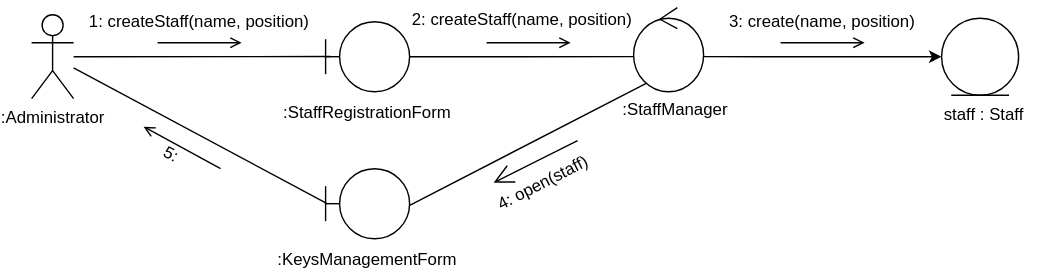
This is lab1/skud-analysis-model.drawio.svg from akshin-kuvshin/ooad, a draw.io export, as it was before one commit. Source tidied: cells renumbered, new cells last; positions are measured from the earlier drawing's top-left corner, leaving out a move shared by most shapes. Its diagram source:
```xml
<mxGraphModel>
  <root>
    <mxCell id="0" />
    <mxCell id="1" parent="0" />
    <mxCell id="2" value=":Administrator" style="shape=umlActor;verticalLabelPosition=bottom;verticalAlign=top;html=1;outlineConnect=0;" parent="1" vertex="1">
      <mxGeometry y="10" width="30" height="60" as="geometry" />
    </mxCell>
    <mxCell id="3" style="shape=umlBoundary;whiteSpace=wrap;html=1;" parent="1" vertex="1">
      <mxGeometry x="210" y="15" width="60" height="50" as="geometry" />
    </mxCell>
    <mxCell id="4" style="edgeStyle=none;jettySize=auto;html=1;rounded=0;entryX=0.056;entryY=0.498;entryDx=0;entryDy=0;entryPerimeter=0;endArrow=none;endFill=0;" parent="1" edge="1" source="2" target="3">
      <mxGeometry relative="1" as="geometry" />
    </mxCell>
    <mxCell id="5" value=":StaffRegistrationForm" style="text;html=1;whiteSpace=wrap;strokeColor=none;fillColor=none;align=center;verticalAlign=middle;rounded=0;" parent="1" vertex="1">
      <mxGeometry x="175" y="65" width="130" height="30" as="geometry" />
    </mxCell>
    <mxCell id="6" value="1: createStaff(name, position)" style="text;html=1;whiteSpace=wrap;strokeColor=none;fillColor=none;align=center;verticalAlign=middle;rounded=0;" parent="1" vertex="1">
      <mxGeometry x="30" width="180" height="30" as="geometry" />
    </mxCell>
    <mxCell id="7" style="edgeStyle=none;orthogonalLoop=1;jettySize=auto;html=1;rounded=0;endArrow=open;endFill=0;" parent="1" edge="1">
      <mxGeometry relative="1" as="geometry">
        <mxPoint x="90" y="30" as="sourcePoint" />
        <mxPoint x="150" y="30" as="targetPoint" />
      </mxGeometry>
    </mxCell>
    <mxCell id="8" style="edgeStyle=orthogonalEdgeStyle;rounded=0;jettySize=auto;html=1;entryX=0;entryY=0.5;entryDx=0;entryDy=0;exitX=1;exitY=0.583;exitDx=0;exitDy=0;exitPerimeter=0;" parent="1" edge="1" source="9" target="14">
      <mxGeometry x="0.03" relative="1" as="geometry" />
    </mxCell>
    <mxCell id="9" style="ellipse;shape=umlControl;whiteSpace=wrap;html=1;" parent="1" vertex="1">
      <mxGeometry x="430" y="5" width="50" height="60" as="geometry" />
    </mxCell>
    <mxCell id="10" style="edgeStyle=orthogonalEdgeStyle;rounded=0;jettySize=auto;html=1;endArrow=none;endFill=0;entryX=0.001;entryY=0.582;entryDx=0;entryDy=0;entryPerimeter=0;" parent="1" edge="1" source="3" target="9">
      <mxGeometry relative="1" as="geometry" />
    </mxCell>
    <mxCell id="11" value=":StaffManager" style="text;html=1;whiteSpace=wrap;strokeColor=none;fillColor=none;align=center;verticalAlign=middle;rounded=0;" parent="1" vertex="1">
      <mxGeometry x="410" y="62.5" width="100" height="30" as="geometry" />
    </mxCell>
    <mxCell id="12" value="2: createStaff(name, position)" style="text;whiteSpace=wrap;" parent="1" vertex="1">
      <mxGeometry x="270" width="190" height="30" as="geometry" />
    </mxCell>
    <mxCell id="13" style="edgeStyle=none;orthogonalLoop=1;jettySize=auto;html=1;rounded=0;endArrow=open;endFill=0;" parent="1" edge="1">
      <mxGeometry relative="1" as="geometry">
        <mxPoint x="325" y="30" as="sourcePoint" />
        <mxPoint x="385" y="30" as="targetPoint" />
      </mxGeometry>
    </mxCell>
    <mxCell id="14" style="ellipse;shape=umlEntity;whiteSpace=wrap;html=1;" parent="1" vertex="1">
      <mxGeometry x="650" y="12.5" width="55" height="55" as="geometry" />
    </mxCell>
    <mxCell id="15" value="3: create(name, position)" style="text;html=1;whiteSpace=wrap;strokeColor=none;fillColor=none;align=center;verticalAlign=middle;rounded=0;" parent="1" vertex="1">
      <mxGeometry x="495" width="140" height="30" as="geometry" />
    </mxCell>
    <mxCell id="16" style="edgeStyle=none;orthogonalLoop=1;jettySize=auto;html=1;rounded=0;endArrow=open;endFill=0;" parent="1" edge="1">
      <mxGeometry relative="1" as="geometry">
        <mxPoint x="535" y="30" as="sourcePoint" />
        <mxPoint x="595" y="30" as="targetPoint" />
      </mxGeometry>
    </mxCell>
    <mxCell id="17" value="staff : Staff" style="text;whiteSpace=wrap;" parent="1" vertex="1">
      <mxGeometry x="650" y="67.5" width="75" height="20" as="geometry" />
    </mxCell>
    <mxCell id="18" style="shape=umlBoundary;whiteSpace=wrap;html=1;" parent="1" vertex="1">
      <mxGeometry x="210" y="120" width="60" height="50" as="geometry" />
    </mxCell>
    <mxCell id="19" style="endArrow=none;endFill=0;endSize=12;html=1;rounded=0;entryX=0.18;entryY=0.9;entryDx=0;entryDy=0;entryPerimeter=0;exitX=1.001;exitY=0.524;exitDx=0;exitDy=0;exitPerimeter=0;" parent="1" edge="1" source="18" target="9">
      <mxGeometry relative="1" as="geometry" />
    </mxCell>
    <mxCell id="20" value=":KeysManagementForm" style="text;html=1;whiteSpace=wrap;strokeColor=none;fillColor=none;align=center;verticalAlign=middle;rounded=0;rotation=0;" parent="1" vertex="1">
      <mxGeometry x="210" y="170" width="60" height="30" as="geometry" />
    </mxCell>
    <mxCell id="21" value="4: open(staff)" style="text;whiteSpace=wrap;rotation=333;" parent="1" vertex="1">
      <mxGeometry x="330" y="110" width="100" height="40" as="geometry" />
    </mxCell>
    <mxCell id="22" style="endArrow=none;endFill=0;endSize=12;html=1;rounded=0;exitX=0.013;exitY=0.496;exitDx=0;exitDy=0;exitPerimeter=0;" parent="1" edge="1" source="18" target="2">
      <mxGeometry relative="1" as="geometry" />
    </mxCell>
    <mxCell id="23" style="edgeStyle=none;orthogonalLoop=1;jettySize=auto;html=1;rounded=0;endArrow=open;endFill=0;" parent="1" edge="1">
      <mxGeometry relative="1" as="geometry">
        <mxPoint x="135" y="120" as="sourcePoint" />
        <mxPoint x="80" y="90" as="targetPoint" />
      </mxGeometry>
    </mxCell>
    <mxCell id="24" value="5:" style="text;html=1;whiteSpace=wrap;strokeColor=none;fillColor=none;align=center;verticalAlign=middle;rounded=0;rotation=29;" parent="1" vertex="1">
      <mxGeometry x="90" y="100" width="20" height="20" as="geometry" />
    </mxCell>
    <mxCell id="25" style="endArrow=open;endFill=1;endSize=12;html=1;rounded=0;" parent="1" edge="1">
      <mxGeometry relative="1" as="geometry">
        <mxPoint x="390" y="100" as="sourcePoint" />
        <mxPoint x="330" y="130" as="targetPoint" />
      </mxGeometry>
    </mxCell>
  </root>
</mxGraphModel>
```
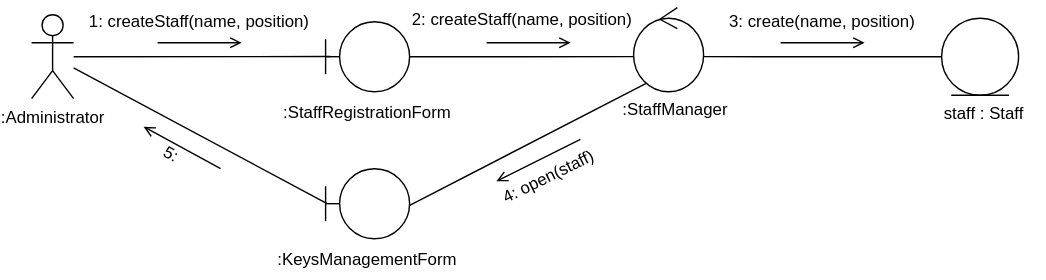
After the change.

Commit message:
lab1/analysis_diagram & lab1/report fix

Change to the diagram source:
```diff
@@ -23,7 +23,7 @@
         <mxPoint x="150" y="30" as="targetPoint" />
       </mxGeometry>
     </mxCell>
-    <mxCell id="8" style="edgeStyle=orthogonalEdgeStyle;rounded=0;jettySize=auto;html=1;entryX=0;entryY=0.5;entryDx=0;entryDy=0;exitX=1;exitY=0.583;exitDx=0;exitDy=0;exitPerimeter=0;" parent="1" edge="1" source="9" target="14">
+    <mxCell id="8" style="edgeStyle=orthogonalEdgeStyle;rounded=0;jettySize=auto;html=1;entryX=0;entryY=0.5;entryDx=0;entryDy=0;exitX=1;exitY=0.583;exitDx=0;exitDy=0;exitPerimeter=0;endArrow=none;endFill=0;" parent="1" edge="1" source="9" target="14">
       <mxGeometry x="0.03" relative="1" as="geometry" />
     </mxCell>
     <mxCell id="9" style="ellipse;shape=umlControl;whiteSpace=wrap;html=1;" parent="1" vertex="1">
@@ -68,9 +68,6 @@
     <mxCell id="20" value=":KeysManagementForm" style="text;html=1;whiteSpace=wrap;strokeColor=none;fillColor=none;align=center;verticalAlign=middle;rounded=0;rotation=0;" parent="1" vertex="1">
       <mxGeometry x="210" y="170" width="60" height="30" as="geometry" />
     </mxCell>
-    <mxCell id="21" value="4: open(staff)" style="text;whiteSpace=wrap;rotation=333;" parent="1" vertex="1">
-      <mxGeometry x="330" y="110" width="100" height="40" as="geometry" />
-    </mxCell>
     <mxCell id="22" style="endArrow=none;endFill=0;endSize=12;html=1;rounded=0;exitX=0.013;exitY=0.496;exitDx=0;exitDy=0;exitPerimeter=0;" parent="1" edge="1" source="18" target="2">
       <mxGeometry relative="1" as="geometry" />
     </mxCell>
@@ -83,11 +80,14 @@
     <mxCell id="24" value="5:" style="text;html=1;whiteSpace=wrap;strokeColor=none;fillColor=none;align=center;verticalAlign=middle;rounded=0;rotation=29;" parent="1" vertex="1">
       <mxGeometry x="90" y="100" width="20" height="20" as="geometry" />
     </mxCell>
-    <mxCell id="25" style="endArrow=open;endFill=1;endSize=12;html=1;rounded=0;" parent="1" edge="1">
-      <mxGeometry relative="1" as="geometry">
-        <mxPoint x="390" y="100" as="sourcePoint" />
-        <mxPoint x="330" y="130" as="targetPoint" />
-      </mxGeometry>
-    </mxCell>
+    <mxCell id="26" style="edgeStyle=none;orthogonalLoop=1;jettySize=auto;html=1;rounded=0;endArrow=open;endFill=0;startSize=6;strokeWidth=1;endSize=6;" parent="1" edge="1">
+      <mxGeometry relative="1" as="geometry">
+        <mxPoint x="392" y="99" as="sourcePoint" />
+        <mxPoint x="332" y="129" as="targetPoint" />
+      </mxGeometry>
+    </mxCell>
+    <mxCell id="21" value="4: open(staff)" style="text;html=1;whiteSpace=wrap;strokeColor=none;fillColor=none;align=center;verticalAlign=middle;rounded=0;rotation=-26;" parent="1" vertex="1">
+      <mxGeometry x="332" y="116" width="75" height="20" as="geometry" />
+    </mxCell>
   </root>
 </mxGraphModel>
```
